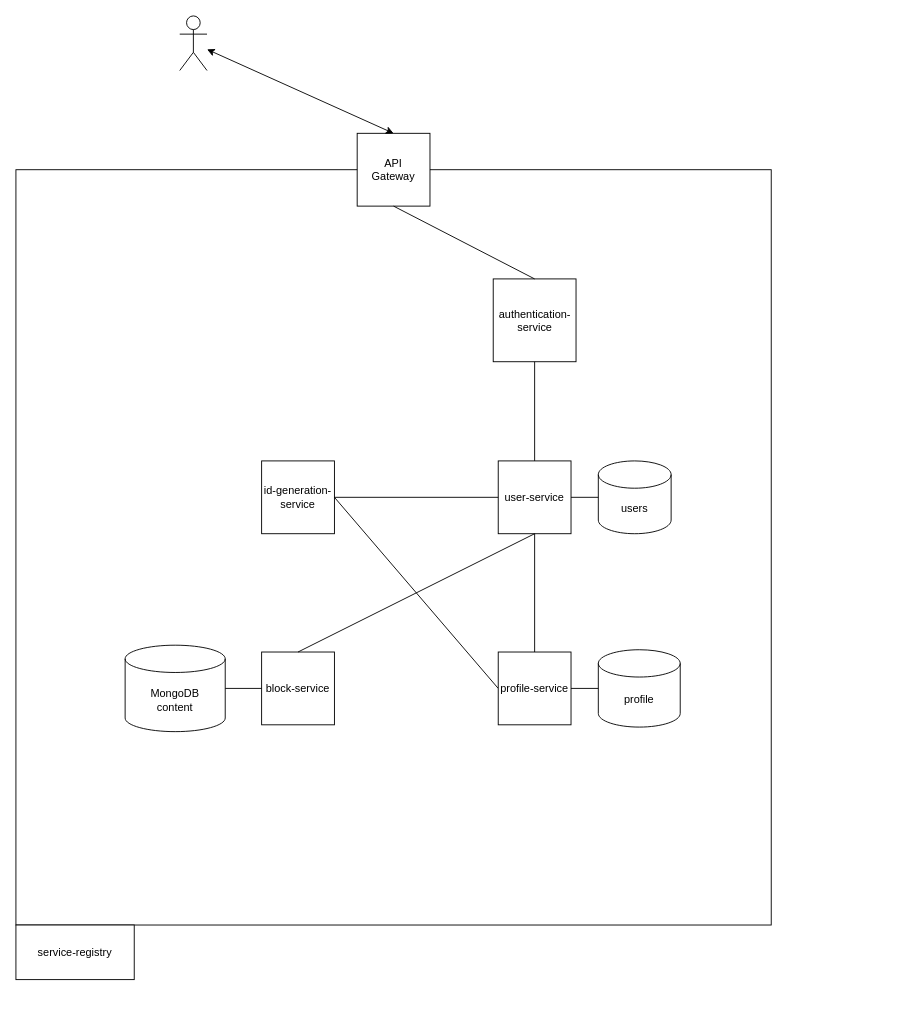
The draw.io diagram ziplink.drawio in shyn9yskhan/ziplink, before the edit. Source tidied: cells renumbered, new cells numbered last; positions are measured from the earlier drawing's top-left corner, leaving out a move shared by most shapes. Both pictures are drawn from the tidied source at 91%, with x=0, y=0 at pixel (15, 15).
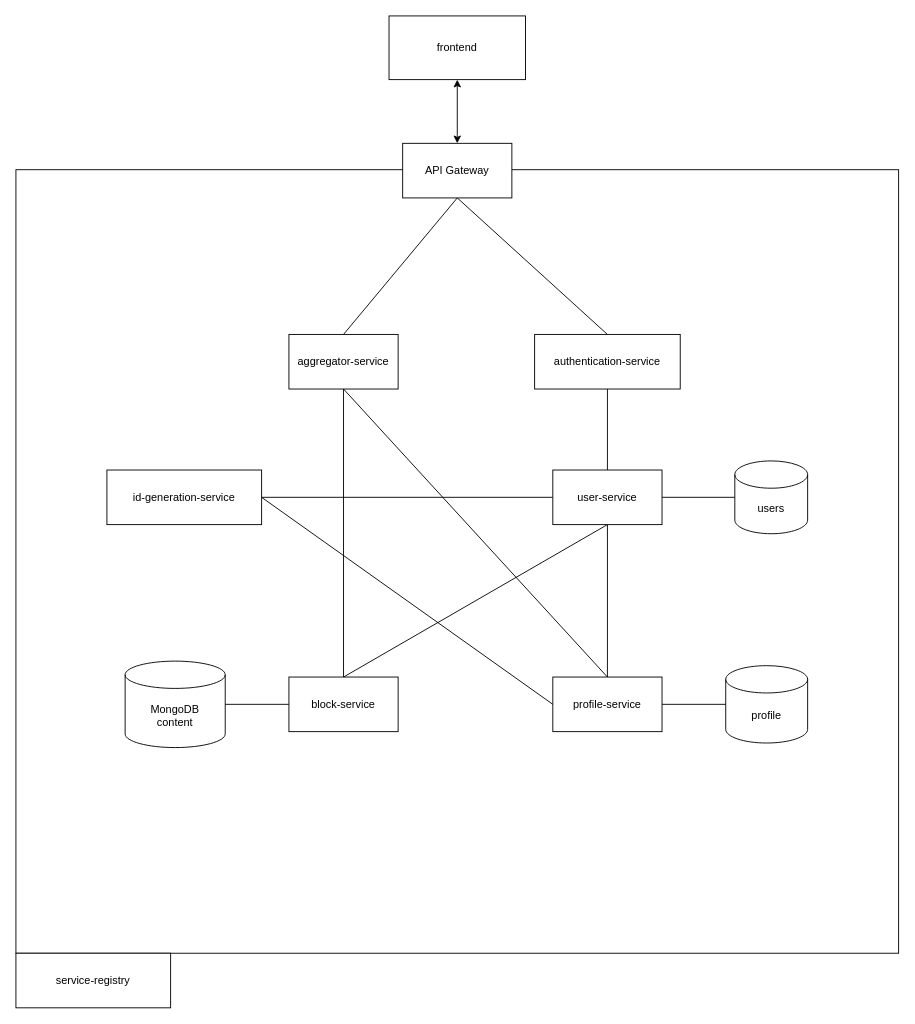
Above is the later version.

What changed in the source:
```diff
@@
     <mxCell id="2" style="rounded=0;whiteSpace=wrap;html=1;" parent="1" vertex="1">
-      <mxGeometry y="169" width="830" height="830" as="geometry" />
+      <mxGeometry y="169" width="970" height="861" as="geometry" />
     </mxCell>
-    <mxCell id="3" value="block-service" style="whiteSpace=wrap;html=1;" parent="1" vertex="1">
-      <mxGeometry x="270" y="699" width="80" height="80" as="geometry" />
-    </mxCell>
-    <mxCell id="4" value="id-generation-service" style="whiteSpace=wrap;html=1;" parent="1" vertex="1">
-      <mxGeometry x="270" y="489" width="80" height="80" as="geometry" />
-    </mxCell>
-    <mxCell id="5" value="user-service" style="whiteSpace=wrap;html=1;" parent="1" vertex="1">
-      <mxGeometry x="530" y="489" width="80" height="80" as="geometry" />
-    </mxCell>
@@
-    <mxCell id="10" value="profile-service" style="whiteSpace=wrap;html=1;" parent="1" vertex="1">
-      <mxGeometry x="530" y="699" width="80" height="80" as="geometry" />
-    </mxCell>
-    <mxCell id="11" value="API&lt;div&gt;Gateway&lt;/div&gt;" style="whiteSpace=wrap;html=1;" parent="1" vertex="1">
-      <mxGeometry x="375" y="129" width="80" height="80" as="geometry" />
-    </mxCell>
     <mxCell id="12" value="service-registry" style="rounded=0;whiteSpace=wrap;html=1;" parent="1" vertex="1">
-      <mxGeometry y="999" width="130" height="60" as="geometry" />
+      <mxGeometry y="1030" width="170" height="60" as="geometry" />
     </mxCell>
-    <mxCell id="13" value="authentication-service" style="whiteSpace=wrap;html=1;" parent="1" vertex="1">
-      <mxGeometry x="524.5" y="289" width="91" height="91" as="geometry" />
-    </mxCell>
     <mxCell id="14" value="MongoDB&lt;br&gt;content" style="shape=cylinder3;whiteSpace=wrap;html=1;boundedLbl=1;backgroundOutline=1;size=15;" parent="1" vertex="1">
-      <mxGeometry x="120" y="691.5" width="110" height="95" as="geometry" />
+      <mxGeometry x="120" y="709" width="110" height="95" as="geometry" />
     </mxCell>
@@
     <mxCell id="16" value="users" style="shape=cylinder3;whiteSpace=wrap;html=1;boundedLbl=1;backgroundOutline=1;size=15;" parent="1" vertex="1">
-      <mxGeometry x="640" y="489" width="80" height="80" as="geometry" />
+      <mxGeometry x="790" y="489" width="80" height="80" as="geometry" />
     </mxCell>
@@
     <mxCell id="18" value="profile" style="shape=cylinder3;whiteSpace=wrap;html=1;boundedLbl=1;backgroundOutline=1;size=15;" parent="1" vertex="1">
-      <mxGeometry x="640" y="696.5" width="90" height="85" as="geometry" />
+      <mxGeometry x="780" y="714" width="90" height="85" as="geometry" />
     </mxCell>
@@
-    <mxCell id="22" style="shape=umlActor;verticalLabelPosition=bottom;verticalAlign=top;html=1;outlineConnect=0;" parent="1" vertex="1">
-      <mxGeometry x="180" width="30" height="60" as="geometry" />
-    </mxCell>
-    <mxCell id="23" style="endArrow=classic;startArrow=classic;html=1;rounded=0;exitX=0.5;exitY=0;exitDx=0;exitDy=0;" parent="1" edge="1" source="11" target="22">
+    <mxCell id="23" style="endArrow=classic;startArrow=classic;html=1;rounded=0;exitX=0.5;exitY=0;exitDx=0;exitDy=0;entryX=0.5;entryY=1;entryDx=0;entryDy=0;" parent="1" edge="1" source="11" target="27">
       <mxGeometry relative="1" as="geometry" />
     </mxCell>
+    <mxCell id="24" style="endArrow=none;html=1;rounded=0;entryX=0.5;entryY=1;entryDx=0;entryDy=0;exitX=0.5;exitY=0;exitDx=0;exitDy=0;" parent="1" edge="1" source="28" target="11">
+      <mxGeometry relative="1" as="geometry" />
+    </mxCell>
+    <mxCell id="25" style="endArrow=none;html=1;rounded=0;entryX=0.5;entryY=1;entryDx=0;entryDy=0;exitX=0.5;exitY=0;exitDx=0;exitDy=0;" parent="1" edge="1" source="3" target="28">
+      <mxGeometry relative="1" as="geometry" />
+    </mxCell>
+    <mxCell id="26" style="endArrow=none;html=1;rounded=0;entryX=0.5;entryY=1;entryDx=0;entryDy=0;exitX=0.5;exitY=0;exitDx=0;exitDy=0;" parent="1" edge="1" source="10" target="28">
+      <mxGeometry relative="1" as="geometry" />
+    </mxCell>
+    <mxCell id="27" value="frontend" style="rounded=0;whiteSpace=wrap;html=1;" parent="1" vertex="1">
+      <mxGeometry x="410" width="150" height="70" as="geometry" />
+    </mxCell>
+    <mxCell id="28" value="aggregator-service" style="rounded=0;whiteSpace=wrap;html=1;" parent="1" vertex="1">
+      <mxGeometry x="300" y="350" width="120" height="60" as="geometry" />
+    </mxCell>
+    <mxCell id="11" value="API Gateway" style="rounded=0;whiteSpace=wrap;html=1;" parent="1" vertex="1">
+      <mxGeometry x="425" y="140" width="120" height="60" as="geometry" />
+    </mxCell>
+    <mxCell id="13" value="authentication-service" style="rounded=0;whiteSpace=wrap;html=1;" parent="1" vertex="1">
+      <mxGeometry x="570" y="350" width="160" height="60" as="geometry" />
+    </mxCell>
+    <mxCell id="4" value="id-generation-service" style="rounded=0;whiteSpace=wrap;html=1;" parent="1" vertex="1">
+      <mxGeometry x="100" y="499" width="170" height="60" as="geometry" />
+    </mxCell>
+    <mxCell id="5" value="user-service" style="rounded=0;whiteSpace=wrap;html=1;" parent="1" vertex="1">
+      <mxGeometry x="590" y="499" width="120" height="60" as="geometry" />
+    </mxCell>
+    <mxCell id="3" value="block-service" style="rounded=0;whiteSpace=wrap;html=1;" parent="1" vertex="1">
+      <mxGeometry x="300" y="726.5" width="120" height="60" as="geometry" />
+    </mxCell>
+    <mxCell id="10" value="profile-service" style="rounded=0;whiteSpace=wrap;html=1;" parent="1" vertex="1">
+      <mxGeometry x="590" y="726.5" width="120" height="60" as="geometry" />
+    </mxCell>
```
